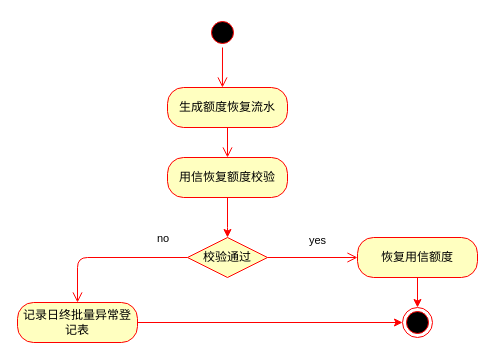
This is page "批量恢复合同额度" (1 of 5) of Untitled Diagram.drawio from MinDaHu/UML, a draw.io file, before an edit. Source tidied: cells renumbered, new cells numbered last; positions are measured from the earlier drawing's top-left corner, leaving out a move shared by most shapes. Both pictures are drawn from the tidied source at 100%, with x=0, y=0 at pixel (17, 17).
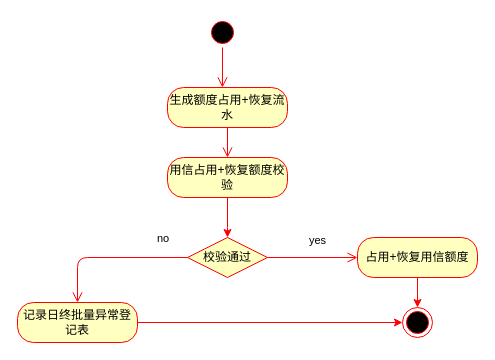
After the change.

What changed in the source:
```diff
@@
 <mxGraphModel>
   <root>
     <mxCell id="0" />
     <mxCell id="1" parent="0" />
     <mxCell id="2" style="ellipse;html=1;shape=startState;fillColor=#000000;strokeColor=#ff0000;" parent="1" vertex="1">
       <mxGeometry x="190" width="30" height="30" as="geometry" />
     </mxCell>
     <mxCell id="3" style="edgeStyle=orthogonalEdgeStyle;html=1;verticalAlign=bottom;endArrow=open;endSize=8;strokeColor=#ff0000;entryX=0.458;entryY=0;entryDx=0;entryDy=0;entryPerimeter=0;" parent="1" edge="1" source="2" target="4">
       <mxGeometry relative="1" as="geometry" />
     </mxCell>
-    <mxCell id="4" value="生成额度恢复流水" style="rounded=1;whiteSpace=wrap;html=1;arcSize=40;fontColor=#000000;fillColor=#ffffc0;strokeColor=#ff0000;" parent="1" vertex="1">
+    <mxCell id="4" value="生成额度占用+恢复流水" style="rounded=1;whiteSpace=wrap;html=1;arcSize=40;fontColor=#000000;fillColor=#ffffc0;strokeColor=#ff0000;" parent="1" vertex="1">
       <mxGeometry x="150" y="70" width="120" height="40" as="geometry" />
     </mxCell>
     <mxCell id="5" style="edgeStyle=orthogonalEdgeStyle;html=1;verticalAlign=bottom;endArrow=open;endSize=8;strokeColor=#ff0000;entryX=0.5;entryY=0;entryDx=0;entryDy=0;exitX=0.5;exitY=1;exitDx=0;exitDy=0;" parent="1" edge="1" source="4" target="7">
       <mxGeometry relative="1" as="geometry" />
     </mxCell>
     <mxCell id="6" style="edgeStyle=orthogonalEdgeStyle;rounded=0;jettySize=auto;html=1;entryX=0.5;entryY=0;entryDx=0;entryDy=0;strokeColor=#FF0000;align=left;" parent="1" edge="1" source="7" target="8">
       <mxGeometry relative="1" as="geometry">
         <Array as="points">
           <mxPoint x="210" y="210" />
           <mxPoint x="210" y="210" />
         </Array>
       </mxGeometry>
     </mxCell>
-    <mxCell id="7" value="用信恢复额度校验" style="rounded=1;whiteSpace=wrap;html=1;arcSize=40;fontColor=#000000;fillColor=#ffffc0;strokeColor=#ff0000;" parent="1" vertex="1">
+    <mxCell id="7" value="用信占用+恢复额度校验" style="rounded=1;whiteSpace=wrap;html=1;arcSize=40;fontColor=#000000;fillColor=#ffffc0;strokeColor=#ff0000;" parent="1" vertex="1">
       <mxGeometry x="150" y="140" width="120" height="40" as="geometry" />
     </mxCell>
     <mxCell id="8" value="校验通过" style="rhombus;whiteSpace=wrap;html=1;fillColor=#ffffc0;strokeColor=#ff0000;" parent="1" vertex="1">
       <mxGeometry x="170" y="220" width="80" height="40" as="geometry" />
     </mxCell>
     <mxCell id="9" value="no" style="edgeStyle=orthogonalEdgeStyle;html=1;align=left;verticalAlign=bottom;endArrow=open;endSize=8;strokeColor=#ff0000;entryX=0.5;entryY=0;entryDx=0;entryDy=0;" parent="1" edge="1" source="8" target="14">
       <mxGeometry x="-0.59" y="-10" relative="1" as="geometry" />
     </mxCell>
     <mxCell id="10" value="yes" style="edgeStyle=orthogonalEdgeStyle;html=1;align=left;verticalAlign=top;endArrow=open;endSize=8;strokeColor=#ff0000;" parent="1" edge="1" source="8" target="12">
       <mxGeometry x="-0.11" y="30" relative="1" as="geometry" />
     </mxCell>
     <mxCell id="11" style="edgeStyle=orthogonalEdgeStyle;rounded=0;jettySize=auto;html=1;fillColor=#f8cecc;strokeColor=#FF0000;exitX=0.5;exitY=1;exitDx=0;exitDy=0;" parent="1" edge="1" source="12" target="15">
       <mxGeometry relative="1" as="geometry" />
     </mxCell>
-    <mxCell id="12" value="恢复用信额度" style="rounded=1;whiteSpace=wrap;html=1;arcSize=40;fontColor=#000000;fillColor=#ffffc0;strokeColor=#ff0000;" parent="1" vertex="1">
+    <mxCell id="12" value="占用+恢复用信额度" style="rounded=1;whiteSpace=wrap;html=1;arcSize=40;fontColor=#000000;fillColor=#ffffc0;strokeColor=#ff0000;" parent="1" vertex="1">
       <mxGeometry x="340" y="220" width="120" height="40" as="geometry" />
     </mxCell>
     <mxCell id="13" style="edgeStyle=orthogonalEdgeStyle;rounded=0;jettySize=auto;html=1;entryX=0;entryY=0.5;entryDx=0;entryDy=0;strokeColor=#FF0000;align=left;" parent="1" edge="1" source="14" target="15">
       <mxGeometry relative="1" as="geometry" />
     </mxCell>
     <mxCell id="14" value="记录日终批量异常登记表" style="rounded=1;whiteSpace=wrap;html=1;arcSize=40;fontColor=#000000;fillColor=#ffffc0;strokeColor=#ff0000;" parent="1" vertex="1">
       <mxGeometry y="285" width="120" height="40" as="geometry" />
     </mxCell>
     <mxCell id="15" style="ellipse;html=1;shape=endState;fillColor=#000000;strokeColor=#ff0000;" parent="1" vertex="1">
       <mxGeometry x="385" y="290" width="30" height="30" as="geometry" />
     </mxCell>
   </root>
 </mxGraphModel>
```
